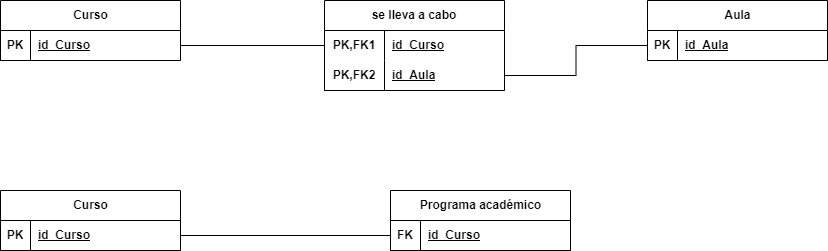
Above: modelo-relacional/modelo-relacional.drawio.png in RafaelMayor/proyectoBBDD (draw.io), before the change. Source tidied: cells renumbered, new cells last; positions are measured from the earlier drawing's top-left corner, leaving out a move shared by most shapes.
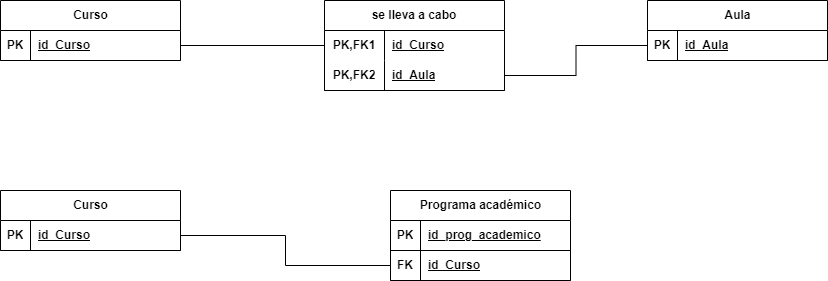
Above is the later version.

The edit, as a diff of the source:
```diff
@@ -66,10 +66,19 @@
       <mxGeometry x="30" width="150" height="30" as="geometry" />
     </mxCell>
     <mxCell id="23" value="Programa académico" style="shape=table;startSize=30;rowLines=0;fontStyle=1;align=center;html=1;" parent="1" vertex="1">
-      <mxGeometry x="390" y="190" width="180" height="60" as="geometry" />
+      <mxGeometry x="390" y="190" width="180" height="90" as="geometry" />
     </mxCell>
+    <mxCell id="28" style="shape=tableRow;horizontal=0;startSize=0;swimlaneHead=0;swimlaneBody=0;fillColor=none;top=0;left=0;right=0;bottom=1;" parent="23" vertex="1">
+      <mxGeometry y="30" width="180" height="30" as="geometry" />
+    </mxCell>
+    <mxCell id="29" value="PK" style="shape=partialRectangle;fillColor=none;top=0;left=0;bottom=0;right=0;fontStyle=1;overflow=hidden;whiteSpace=wrap;html=1;" parent="28" vertex="1">
+      <mxGeometry width="30" height="30" as="geometry" />
+    </mxCell>
+    <mxCell id="30" value="id_prog_academico" style="shape=partialRectangle;fillColor=none;top=0;left=0;bottom=0;right=0;align=left;spacingLeft=6;fontStyle=5;overflow=hidden;whiteSpace=wrap;html=1;" parent="28" vertex="1">
+      <mxGeometry x="30" width="150" height="30" as="geometry" />
+    </mxCell>
     <mxCell id="24" style="shape=tableRow;horizontal=0;startSize=0;swimlaneHead=0;swimlaneBody=0;fillColor=none;points=[[0,0.5],[1,0.5]];portConstraint=eastwest;top=0;left=0;right=0;bottom=1;" parent="23" vertex="1">
-      <mxGeometry y="30" width="180" height="30" as="geometry" />
+      <mxGeometry y="60" width="180" height="30" as="geometry" />
     </mxCell>
     <mxCell id="25" value="FK" style="shape=partialRectangle;fillColor=none;top=0;left=0;bottom=0;right=0;fontStyle=1;overflow=hidden;whiteSpace=wrap;html=1;" parent="24" vertex="1">
       <mxGeometry width="30" height="30" as="geometry" />
```
